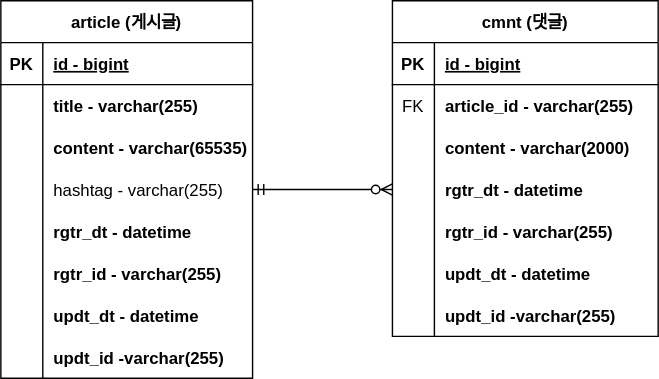
Earlier version of the draw.io export document/board-erd.svg (jinnnii/fastcampus-backend-board). Source tidied: cells renumbered, new cells last; positions are measured from the earlier drawing's top-left corner, leaving out a move shared by most shapes. Source of this version:
```xml
<mxGraphModel>
  <root>
    <mxCell id="0" />
    <mxCell id="1" parent="0" />
    <mxCell id="2" value="article (게시글)" style="shape=table;startSize=30;rowLines=0;fontStyle=1;align=center;" parent="1" vertex="1">
      <mxGeometry width="180" height="270" as="geometry" />
    </mxCell>
    <mxCell id="3" style="shape=tableRow;horizontal=0;startSize=0;swimlaneHead=0;swimlaneBody=0;fillColor=none;top=0;left=0;right=0;bottom=1;" parent="2" vertex="1">
      <mxGeometry y="30" width="180" height="30" as="geometry" />
    </mxCell>
    <mxCell id="4" value="PK" style="shape=partialRectangle;fillColor=none;top=0;left=0;bottom=0;right=0;fontStyle=1;overflow=hidden;" parent="3" vertex="1">
      <mxGeometry width="30" height="30" as="geometry" />
    </mxCell>
    <mxCell id="5" value="id - bigint" style="shape=partialRectangle;fillColor=none;top=0;left=0;bottom=0;right=0;align=left;spacingLeft=6;fontStyle=5;overflow=hidden;" parent="3" vertex="1">
      <mxGeometry x="30" width="150" height="30" as="geometry" />
    </mxCell>
    <mxCell id="6" style="shape=tableRow;horizontal=0;startSize=0;swimlaneHead=0;swimlaneBody=0;fillColor=none;top=0;left=0;right=0;bottom=0;" parent="2" vertex="1">
      <mxGeometry y="60" width="180" height="30" as="geometry" />
    </mxCell>
    <mxCell id="7" style="shape=partialRectangle;fillColor=none;top=0;left=0;bottom=0;right=0;overflow=hidden;" parent="6" vertex="1">
      <mxGeometry width="30" height="30" as="geometry" />
    </mxCell>
    <mxCell id="8" value="title - varchar(255)" style="shape=partialRectangle;fillColor=none;top=0;left=0;bottom=0;right=0;align=left;spacingLeft=6;overflow=hidden;fontStyle=1;" parent="6" vertex="1">
      <mxGeometry x="30" width="150" height="30" as="geometry" />
    </mxCell>
    <mxCell id="9" style="shape=tableRow;horizontal=0;startSize=0;swimlaneHead=0;swimlaneBody=0;fillColor=none;top=0;left=0;right=0;bottom=0;" parent="2" vertex="1">
      <mxGeometry y="90" width="180" height="30" as="geometry" />
    </mxCell>
    <mxCell id="10" style="shape=partialRectangle;fillColor=none;top=0;left=0;bottom=0;right=0;overflow=hidden;" parent="9" vertex="1">
      <mxGeometry width="30" height="30" as="geometry" />
    </mxCell>
    <mxCell id="11" value="content - varchar(65535)" style="shape=partialRectangle;fillColor=none;top=0;left=0;bottom=0;right=0;align=left;spacingLeft=6;overflow=hidden;fontStyle=1;" parent="9" vertex="1">
      <mxGeometry x="30" width="150" height="30" as="geometry" />
    </mxCell>
    <mxCell id="12" style="shape=tableRow;horizontal=0;startSize=0;swimlaneHead=0;swimlaneBody=0;fillColor=none;points=[[0,0.5],[1,0.5]];portConstraint=eastwest;top=0;left=0;right=0;bottom=0;" parent="2" vertex="1">
      <mxGeometry y="120" width="180" height="30" as="geometry" />
    </mxCell>
    <mxCell id="13" style="shape=partialRectangle;fillColor=none;top=0;left=0;bottom=0;right=0;overflow=hidden;" parent="12" vertex="1">
      <mxGeometry width="30" height="30" as="geometry" />
    </mxCell>
    <mxCell id="14" value="hashtag - varchar(255)" style="shape=partialRectangle;fillColor=none;top=0;left=0;bottom=0;right=0;align=left;spacingLeft=6;overflow=hidden;" parent="12" vertex="1">
      <mxGeometry x="30" width="150" height="30" as="geometry" />
    </mxCell>
    <mxCell id="15" style="shape=tableRow;horizontal=0;startSize=0;swimlaneHead=0;swimlaneBody=0;fillColor=none;top=0;left=0;right=0;bottom=0;" parent="2" vertex="1">
      <mxGeometry y="150" width="180" height="30" as="geometry" />
    </mxCell>
    <mxCell id="16" style="shape=partialRectangle;fillColor=none;top=0;left=0;bottom=0;right=0;overflow=hidden;" parent="15" vertex="1">
      <mxGeometry width="30" height="30" as="geometry" />
    </mxCell>
    <mxCell id="17" value="rgtr_dt - datetime" style="shape=partialRectangle;fillColor=none;top=0;left=0;bottom=0;right=0;align=left;spacingLeft=6;overflow=hidden;fontStyle=1;" parent="15" vertex="1">
      <mxGeometry x="30" width="150" height="30" as="geometry" />
    </mxCell>
    <mxCell id="18" style="shape=tableRow;horizontal=0;startSize=0;swimlaneHead=0;swimlaneBody=0;fillColor=none;top=0;left=0;right=0;bottom=0;" parent="2" vertex="1">
      <mxGeometry y="180" width="180" height="30" as="geometry" />
    </mxCell>
    <mxCell id="19" style="shape=partialRectangle;fillColor=none;top=0;left=0;bottom=0;right=0;overflow=hidden;" parent="18" vertex="1">
      <mxGeometry width="30" height="30" as="geometry" />
    </mxCell>
    <mxCell id="20" value="rgtr_id - varchar(255)" style="shape=partialRectangle;fillColor=none;top=0;left=0;bottom=0;right=0;align=left;spacingLeft=6;overflow=hidden;fontStyle=1;" parent="18" vertex="1">
      <mxGeometry x="30" width="150" height="30" as="geometry" />
    </mxCell>
    <mxCell id="21" style="shape=tableRow;horizontal=0;startSize=0;swimlaneHead=0;swimlaneBody=0;fillColor=none;top=0;left=0;right=0;bottom=0;" parent="2" vertex="1">
      <mxGeometry y="210" width="180" height="30" as="geometry" />
    </mxCell>
    <mxCell id="22" style="shape=partialRectangle;fillColor=none;top=0;left=0;bottom=0;right=0;overflow=hidden;" parent="21" vertex="1">
      <mxGeometry width="30" height="30" as="geometry" />
    </mxCell>
    <mxCell id="23" value="updt_dt - datetime" style="shape=partialRectangle;fillColor=none;top=0;left=0;bottom=0;right=0;align=left;spacingLeft=6;overflow=hidden;fontStyle=1;" parent="21" vertex="1">
      <mxGeometry x="30" width="150" height="30" as="geometry" />
    </mxCell>
    <mxCell id="24" style="shape=tableRow;horizontal=0;startSize=0;swimlaneHead=0;swimlaneBody=0;fillColor=none;top=0;left=0;right=0;bottom=0;" parent="2" vertex="1">
      <mxGeometry y="240" width="180" height="30" as="geometry" />
    </mxCell>
    <mxCell id="25" style="shape=partialRectangle;fillColor=none;top=0;left=0;bottom=0;right=0;overflow=hidden;" parent="24" vertex="1">
      <mxGeometry width="30" height="30" as="geometry" />
    </mxCell>
    <mxCell id="26" value="updt_id -varchar(255)" style="shape=partialRectangle;fillColor=none;top=0;left=0;bottom=0;right=0;align=left;spacingLeft=6;overflow=hidden;fontStyle=1;" parent="24" vertex="1">
      <mxGeometry x="30" width="150" height="30" as="geometry" />
    </mxCell>
    <mxCell id="27" value="cmnt (댓글)" style="shape=table;startSize=30;rowLines=0;fontStyle=1;align=center;" parent="1" vertex="1">
      <mxGeometry x="280" width="190" height="240" as="geometry" />
    </mxCell>
    <mxCell id="28" style="shape=tableRow;horizontal=0;startSize=0;swimlaneHead=0;swimlaneBody=0;fillColor=none;top=0;left=0;right=0;bottom=1;" parent="27" vertex="1">
      <mxGeometry y="30" width="190" height="30" as="geometry" />
    </mxCell>
    <mxCell id="29" value="PK" style="shape=partialRectangle;fillColor=none;top=0;left=0;bottom=0;right=0;fontStyle=1;overflow=hidden;" parent="28" vertex="1">
      <mxGeometry width="30" height="30" as="geometry" />
    </mxCell>
    <mxCell id="30" value="id - bigint" style="shape=partialRectangle;fillColor=none;top=0;left=0;bottom=0;right=0;align=left;spacingLeft=6;fontStyle=5;overflow=hidden;" parent="28" vertex="1">
      <mxGeometry x="30" width="160" height="30" as="geometry" />
    </mxCell>
    <mxCell id="31" style="shape=tableRow;horizontal=0;startSize=0;swimlaneHead=0;swimlaneBody=0;fillColor=none;top=0;left=0;right=0;bottom=0;" parent="27" vertex="1">
      <mxGeometry y="60" width="190" height="30" as="geometry" />
    </mxCell>
    <mxCell id="32" value="FK" style="shape=partialRectangle;fillColor=none;top=0;left=0;bottom=0;right=0;overflow=hidden;" parent="31" vertex="1">
      <mxGeometry width="30" height="30" as="geometry" />
    </mxCell>
    <mxCell id="33" value="article_id - varchar(255)" style="shape=partialRectangle;fillColor=none;top=0;left=0;bottom=0;right=0;align=left;spacingLeft=6;overflow=hidden;fontStyle=1;" parent="31" vertex="1">
      <mxGeometry x="30" width="160" height="30" as="geometry" />
    </mxCell>
    <mxCell id="34" style="shape=tableRow;horizontal=0;startSize=0;swimlaneHead=0;swimlaneBody=0;fillColor=none;top=0;left=0;right=0;bottom=0;" parent="27" vertex="1">
      <mxGeometry y="90" width="190" height="30" as="geometry" />
    </mxCell>
    <mxCell id="35" style="shape=partialRectangle;fillColor=none;top=0;left=0;bottom=0;right=0;overflow=hidden;" parent="34" vertex="1">
      <mxGeometry width="30" height="30" as="geometry" />
    </mxCell>
    <mxCell id="36" value="content - varchar(2000)" style="shape=partialRectangle;fillColor=none;top=0;left=0;bottom=0;right=0;align=left;spacingLeft=6;overflow=hidden;fontStyle=1;" parent="34" vertex="1">
      <mxGeometry x="30" width="160" height="30" as="geometry" />
    </mxCell>
    <mxCell id="37" style="shape=tableRow;horizontal=0;startSize=0;swimlaneHead=0;swimlaneBody=0;fillColor=none;points=[[0,0.5],[1,0.5]];portConstraint=eastwest;top=0;left=0;right=0;bottom=0;" parent="27" vertex="1">
      <mxGeometry y="120" width="190" height="30" as="geometry" />
    </mxCell>
    <mxCell id="38" style="shape=partialRectangle;fillColor=none;top=0;left=0;bottom=0;right=0;overflow=hidden;" parent="37" vertex="1">
      <mxGeometry width="30" height="30" as="geometry" />
    </mxCell>
    <mxCell id="39" value="rgtr_dt - datetime" style="shape=partialRectangle;fillColor=none;top=0;left=0;bottom=0;right=0;align=left;spacingLeft=6;overflow=hidden;fontStyle=1;" parent="37" vertex="1">
      <mxGeometry x="30" width="160" height="30" as="geometry" />
    </mxCell>
    <mxCell id="40" style="shape=tableRow;horizontal=0;startSize=0;swimlaneHead=0;swimlaneBody=0;fillColor=none;top=0;left=0;right=0;bottom=0;" parent="27" vertex="1">
      <mxGeometry y="150" width="190" height="30" as="geometry" />
    </mxCell>
    <mxCell id="41" style="shape=partialRectangle;fillColor=none;top=0;left=0;bottom=0;right=0;overflow=hidden;" parent="40" vertex="1">
      <mxGeometry width="30" height="30" as="geometry" />
    </mxCell>
    <mxCell id="42" value="rgtr_id - varchar(255)" style="shape=partialRectangle;fillColor=none;top=0;left=0;bottom=0;right=0;align=left;spacingLeft=6;overflow=hidden;fontStyle=1;" parent="40" vertex="1">
      <mxGeometry x="30" width="160" height="30" as="geometry" />
    </mxCell>
    <mxCell id="43" style="shape=tableRow;horizontal=0;startSize=0;swimlaneHead=0;swimlaneBody=0;fillColor=none;top=0;left=0;right=0;bottom=0;" parent="27" vertex="1">
      <mxGeometry y="180" width="190" height="30" as="geometry" />
    </mxCell>
    <mxCell id="44" style="shape=partialRectangle;fillColor=none;top=0;left=0;bottom=0;right=0;overflow=hidden;" parent="43" vertex="1">
      <mxGeometry width="30" height="30" as="geometry" />
    </mxCell>
    <mxCell id="45" value="updt_dt - datetime" style="shape=partialRectangle;fillColor=none;top=0;left=0;bottom=0;right=0;align=left;spacingLeft=6;overflow=hidden;fontStyle=1;" parent="43" vertex="1">
      <mxGeometry x="30" width="160" height="30" as="geometry" />
    </mxCell>
    <mxCell id="46" style="shape=tableRow;horizontal=0;startSize=0;swimlaneHead=0;swimlaneBody=0;fillColor=none;top=0;left=0;right=0;bottom=0;" parent="27" vertex="1">
      <mxGeometry y="210" width="190" height="30" as="geometry" />
    </mxCell>
    <mxCell id="47" style="shape=partialRectangle;fillColor=none;top=0;left=0;bottom=0;right=0;overflow=hidden;" parent="46" vertex="1">
      <mxGeometry width="30" height="30" as="geometry" />
    </mxCell>
    <mxCell id="48" value="updt_id -varchar(255)" style="shape=partialRectangle;fillColor=none;top=0;left=0;bottom=0;right=0;align=left;spacingLeft=6;overflow=hidden;fontStyle=1;" parent="46" vertex="1">
      <mxGeometry x="30" width="160" height="30" as="geometry" />
    </mxCell>
    <mxCell id="49" style="edgeStyle=entityRelationEdgeStyle;fontSize=12;html=1;endArrow=ERzeroToMany;startArrow=ERmandOne;rounded=0;exitX=1;exitY=0.5;exitDx=0;exitDy=0;entryX=0;entryY=0.5;entryDx=0;entryDy=0;" parent="1" edge="1" source="12" target="37">
      <mxGeometry relative="1" as="geometry" />
    </mxCell>
  </root>
</mxGraphModel>
```
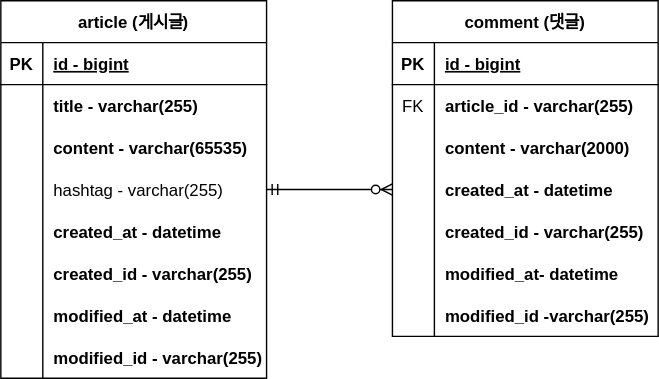
The same diagram one commit later.

Commit message:
#6 - update board-erd domain filed name

The edit, as a diff of the source:
```diff
@@ -3,81 +3,81 @@
     <mxCell id="0" />
     <mxCell id="1" parent="0" />
     <mxCell id="2" value="article (게시글)" style="shape=table;startSize=30;rowLines=0;fontStyle=1;align=center;" parent="1" vertex="1">
-      <mxGeometry width="180" height="270" as="geometry" />
+      <mxGeometry width="190" height="270" as="geometry" />
     </mxCell>
     <mxCell id="3" style="shape=tableRow;horizontal=0;startSize=0;swimlaneHead=0;swimlaneBody=0;fillColor=none;top=0;left=0;right=0;bottom=1;" parent="2" vertex="1">
-      <mxGeometry y="30" width="180" height="30" as="geometry" />
+      <mxGeometry y="30" width="190" height="30" as="geometry" />
     </mxCell>
     <mxCell id="4" value="PK" style="shape=partialRectangle;fillColor=none;top=0;left=0;bottom=0;right=0;fontStyle=1;overflow=hidden;" parent="3" vertex="1">
       <mxGeometry width="30" height="30" as="geometry" />
     </mxCell>
     <mxCell id="5" value="id - bigint" style="shape=partialRectangle;fillColor=none;top=0;left=0;bottom=0;right=0;align=left;spacingLeft=6;fontStyle=5;overflow=hidden;" parent="3" vertex="1">
-      <mxGeometry x="30" width="150" height="30" as="geometry" />
+      <mxGeometry x="30" width="160" height="30" as="geometry" />
     </mxCell>
     <mxCell id="6" style="shape=tableRow;horizontal=0;startSize=0;swimlaneHead=0;swimlaneBody=0;fillColor=none;top=0;left=0;right=0;bottom=0;" parent="2" vertex="1">
-      <mxGeometry y="60" width="180" height="30" as="geometry" />
+      <mxGeometry y="60" width="190" height="30" as="geometry" />
     </mxCell>
     <mxCell id="7" style="shape=partialRectangle;fillColor=none;top=0;left=0;bottom=0;right=0;overflow=hidden;" parent="6" vertex="1">
       <mxGeometry width="30" height="30" as="geometry" />
     </mxCell>
     <mxCell id="8" value="title - varchar(255)" style="shape=partialRectangle;fillColor=none;top=0;left=0;bottom=0;right=0;align=left;spacingLeft=6;overflow=hidden;fontStyle=1;" parent="6" vertex="1">
-      <mxGeometry x="30" width="150" height="30" as="geometry" />
+      <mxGeometry x="30" width="160" height="30" as="geometry" />
     </mxCell>
     <mxCell id="9" style="shape=tableRow;horizontal=0;startSize=0;swimlaneHead=0;swimlaneBody=0;fillColor=none;top=0;left=0;right=0;bottom=0;" parent="2" vertex="1">
-      <mxGeometry y="90" width="180" height="30" as="geometry" />
+      <mxGeometry y="90" width="190" height="30" as="geometry" />
     </mxCell>
     <mxCell id="10" style="shape=partialRectangle;fillColor=none;top=0;left=0;bottom=0;right=0;overflow=hidden;" parent="9" vertex="1">
       <mxGeometry width="30" height="30" as="geometry" />
     </mxCell>
     <mxCell id="11" value="content - varchar(65535)" style="shape=partialRectangle;fillColor=none;top=0;left=0;bottom=0;right=0;align=left;spacingLeft=6;overflow=hidden;fontStyle=1;" parent="9" vertex="1">
-      <mxGeometry x="30" width="150" height="30" as="geometry" />
+      <mxGeometry x="30" width="160" height="30" as="geometry" />
     </mxCell>
     <mxCell id="12" style="shape=tableRow;horizontal=0;startSize=0;swimlaneHead=0;swimlaneBody=0;fillColor=none;points=[[0,0.5],[1,0.5]];portConstraint=eastwest;top=0;left=0;right=0;bottom=0;" parent="2" vertex="1">
-      <mxGeometry y="120" width="180" height="30" as="geometry" />
+      <mxGeometry y="120" width="190" height="30" as="geometry" />
     </mxCell>
     <mxCell id="13" style="shape=partialRectangle;fillColor=none;top=0;left=0;bottom=0;right=0;overflow=hidden;" parent="12" vertex="1">
       <mxGeometry width="30" height="30" as="geometry" />
     </mxCell>
     <mxCell id="14" value="hashtag - varchar(255)" style="shape=partialRectangle;fillColor=none;top=0;left=0;bottom=0;right=0;align=left;spacingLeft=6;overflow=hidden;" parent="12" vertex="1">
-      <mxGeometry x="30" width="150" height="30" as="geometry" />
+      <mxGeometry x="30" width="160" height="30" as="geometry" />
     </mxCell>
     <mxCell id="15" style="shape=tableRow;horizontal=0;startSize=0;swimlaneHead=0;swimlaneBody=0;fillColor=none;top=0;left=0;right=0;bottom=0;" parent="2" vertex="1">
-      <mxGeometry y="150" width="180" height="30" as="geometry" />
+      <mxGeometry y="150" width="190" height="30" as="geometry" />
     </mxCell>
     <mxCell id="16" style="shape=partialRectangle;fillColor=none;top=0;left=0;bottom=0;right=0;overflow=hidden;" parent="15" vertex="1">
       <mxGeometry width="30" height="30" as="geometry" />
     </mxCell>
-    <mxCell id="17" value="rgtr_dt - datetime" style="shape=partialRectangle;fillColor=none;top=0;left=0;bottom=0;right=0;align=left;spacingLeft=6;overflow=hidden;fontStyle=1;" parent="15" vertex="1">
-      <mxGeometry x="30" width="150" height="30" as="geometry" />
+    <mxCell id="17" value="created_at - datetime" style="shape=partialRectangle;fillColor=none;top=0;left=0;bottom=0;right=0;align=left;spacingLeft=6;overflow=hidden;fontStyle=1;" parent="15" vertex="1">
+      <mxGeometry x="30" width="160" height="30" as="geometry" />
     </mxCell>
     <mxCell id="18" style="shape=tableRow;horizontal=0;startSize=0;swimlaneHead=0;swimlaneBody=0;fillColor=none;top=0;left=0;right=0;bottom=0;" parent="2" vertex="1">
-      <mxGeometry y="180" width="180" height="30" as="geometry" />
+      <mxGeometry y="180" width="190" height="30" as="geometry" />
     </mxCell>
     <mxCell id="19" style="shape=partialRectangle;fillColor=none;top=0;left=0;bottom=0;right=0;overflow=hidden;" parent="18" vertex="1">
       <mxGeometry width="30" height="30" as="geometry" />
     </mxCell>
-    <mxCell id="20" value="rgtr_id - varchar(255)" style="shape=partialRectangle;fillColor=none;top=0;left=0;bottom=0;right=0;align=left;spacingLeft=6;overflow=hidden;fontStyle=1;" parent="18" vertex="1">
-      <mxGeometry x="30" width="150" height="30" as="geometry" />
+    <mxCell id="20" value="created_id - varchar(255)" style="shape=partialRectangle;fillColor=none;top=0;left=0;bottom=0;right=0;align=left;spacingLeft=6;overflow=hidden;fontStyle=1;" parent="18" vertex="1">
+      <mxGeometry x="30" width="160" height="30" as="geometry" />
     </mxCell>
     <mxCell id="21" style="shape=tableRow;horizontal=0;startSize=0;swimlaneHead=0;swimlaneBody=0;fillColor=none;top=0;left=0;right=0;bottom=0;" parent="2" vertex="1">
-      <mxGeometry y="210" width="180" height="30" as="geometry" />
+      <mxGeometry y="210" width="190" height="30" as="geometry" />
     </mxCell>
     <mxCell id="22" style="shape=partialRectangle;fillColor=none;top=0;left=0;bottom=0;right=0;overflow=hidden;" parent="21" vertex="1">
       <mxGeometry width="30" height="30" as="geometry" />
     </mxCell>
-    <mxCell id="23" value="updt_dt - datetime" style="shape=partialRectangle;fillColor=none;top=0;left=0;bottom=0;right=0;align=left;spacingLeft=6;overflow=hidden;fontStyle=1;" parent="21" vertex="1">
-      <mxGeometry x="30" width="150" height="30" as="geometry" />
+    <mxCell id="23" value="modified_at - datetime" style="shape=partialRectangle;fillColor=none;top=0;left=0;bottom=0;right=0;align=left;spacingLeft=6;overflow=hidden;fontStyle=1;" parent="21" vertex="1">
+      <mxGeometry x="30" width="160" height="30" as="geometry" />
     </mxCell>
     <mxCell id="24" style="shape=tableRow;horizontal=0;startSize=0;swimlaneHead=0;swimlaneBody=0;fillColor=none;top=0;left=0;right=0;bottom=0;" parent="2" vertex="1">
-      <mxGeometry y="240" width="180" height="30" as="geometry" />
+      <mxGeometry y="240" width="190" height="30" as="geometry" />
     </mxCell>
     <mxCell id="25" style="shape=partialRectangle;fillColor=none;top=0;left=0;bottom=0;right=0;overflow=hidden;" parent="24" vertex="1">
       <mxGeometry width="30" height="30" as="geometry" />
     </mxCell>
-    <mxCell id="26" value="updt_id -varchar(255)" style="shape=partialRectangle;fillColor=none;top=0;left=0;bottom=0;right=0;align=left;spacingLeft=6;overflow=hidden;fontStyle=1;" parent="24" vertex="1">
-      <mxGeometry x="30" width="150" height="30" as="geometry" />
+    <mxCell id="26" value="modified_id - varchar(255)" style="shape=partialRectangle;fillColor=none;top=0;left=0;bottom=0;right=0;align=left;spacingLeft=6;overflow=hidden;fontStyle=1;" parent="24" vertex="1">
+      <mxGeometry x="30" width="160" height="30" as="geometry" />
     </mxCell>
-    <mxCell id="27" value="cmnt (댓글)" style="shape=table;startSize=30;rowLines=0;fontStyle=1;align=center;" parent="1" vertex="1">
+    <mxCell id="27" value="comment (댓글)" style="shape=table;startSize=30;rowLines=0;fontStyle=1;align=center;" parent="1" vertex="1">
       <mxGeometry x="280" width="190" height="240" as="geometry" />
     </mxCell>
     <mxCell id="28" style="shape=tableRow;horizontal=0;startSize=0;swimlaneHead=0;swimlaneBody=0;fillColor=none;top=0;left=0;right=0;bottom=1;" parent="27" vertex="1">
@@ -113,7 +113,7 @@
     <mxCell id="38" style="shape=partialRectangle;fillColor=none;top=0;left=0;bottom=0;right=0;overflow=hidden;" parent="37" vertex="1">
       <mxGeometry width="30" height="30" as="geometry" />
     </mxCell>
-    <mxCell id="39" value="rgtr_dt - datetime" style="shape=partialRectangle;fillColor=none;top=0;left=0;bottom=0;right=0;align=left;spacingLeft=6;overflow=hidden;fontStyle=1;" parent="37" vertex="1">
+    <mxCell id="39" value="created_at - datetime" style="shape=partialRectangle;fillColor=none;top=0;left=0;bottom=0;right=0;align=left;spacingLeft=6;overflow=hidden;fontStyle=1;" parent="37" vertex="1">
       <mxGeometry x="30" width="160" height="30" as="geometry" />
     </mxCell>
     <mxCell id="40" style="shape=tableRow;horizontal=0;startSize=0;swimlaneHead=0;swimlaneBody=0;fillColor=none;top=0;left=0;right=0;bottom=0;" parent="27" vertex="1">
@@ -122,7 +122,7 @@
     <mxCell id="41" style="shape=partialRectangle;fillColor=none;top=0;left=0;bottom=0;right=0;overflow=hidden;" parent="40" vertex="1">
       <mxGeometry width="30" height="30" as="geometry" />
     </mxCell>
-    <mxCell id="42" value="rgtr_id - varchar(255)" style="shape=partialRectangle;fillColor=none;top=0;left=0;bottom=0;right=0;align=left;spacingLeft=6;overflow=hidden;fontStyle=1;" parent="40" vertex="1">
+    <mxCell id="42" value="created_id - varchar(255)" style="shape=partialRectangle;fillColor=none;top=0;left=0;bottom=0;right=0;align=left;spacingLeft=6;overflow=hidden;fontStyle=1;" parent="40" vertex="1">
       <mxGeometry x="30" width="160" height="30" as="geometry" />
     </mxCell>
     <mxCell id="43" style="shape=tableRow;horizontal=0;startSize=0;swimlaneHead=0;swimlaneBody=0;fillColor=none;top=0;left=0;right=0;bottom=0;" parent="27" vertex="1">
@@ -131,7 +131,7 @@
     <mxCell id="44" style="shape=partialRectangle;fillColor=none;top=0;left=0;bottom=0;right=0;overflow=hidden;" parent="43" vertex="1">
       <mxGeometry width="30" height="30" as="geometry" />
     </mxCell>
-    <mxCell id="45" value="updt_dt - datetime" style="shape=partialRectangle;fillColor=none;top=0;left=0;bottom=0;right=0;align=left;spacingLeft=6;overflow=hidden;fontStyle=1;" parent="43" vertex="1">
+    <mxCell id="45" value="modified_at- datetime" style="shape=partialRectangle;fillColor=none;top=0;left=0;bottom=0;right=0;align=left;spacingLeft=6;overflow=hidden;fontStyle=1;" parent="43" vertex="1">
       <mxGeometry x="30" width="160" height="30" as="geometry" />
     </mxCell>
     <mxCell id="46" style="shape=tableRow;horizontal=0;startSize=0;swimlaneHead=0;swimlaneBody=0;fillColor=none;top=0;left=0;right=0;bottom=0;" parent="27" vertex="1">
@@ -140,7 +140,7 @@
     <mxCell id="47" style="shape=partialRectangle;fillColor=none;top=0;left=0;bottom=0;right=0;overflow=hidden;" parent="46" vertex="1">
       <mxGeometry width="30" height="30" as="geometry" />
     </mxCell>
-    <mxCell id="48" value="updt_id -varchar(255)" style="shape=partialRectangle;fillColor=none;top=0;left=0;bottom=0;right=0;align=left;spacingLeft=6;overflow=hidden;fontStyle=1;" parent="46" vertex="1">
+    <mxCell id="48" value="modified_id -varchar(255)" style="shape=partialRectangle;fillColor=none;top=0;left=0;bottom=0;right=0;align=left;spacingLeft=6;overflow=hidden;fontStyle=1;" parent="46" vertex="1">
       <mxGeometry x="30" width="160" height="30" as="geometry" />
     </mxCell>
     <mxCell id="49" style="edgeStyle=entityRelationEdgeStyle;fontSize=12;html=1;endArrow=ERzeroToMany;startArrow=ERmandOne;rounded=0;exitX=1;exitY=0.5;exitDx=0;exitDy=0;entryX=0;entryY=0.5;entryDx=0;entryDy=0;" parent="1" edge="1" source="12" target="37">
```
